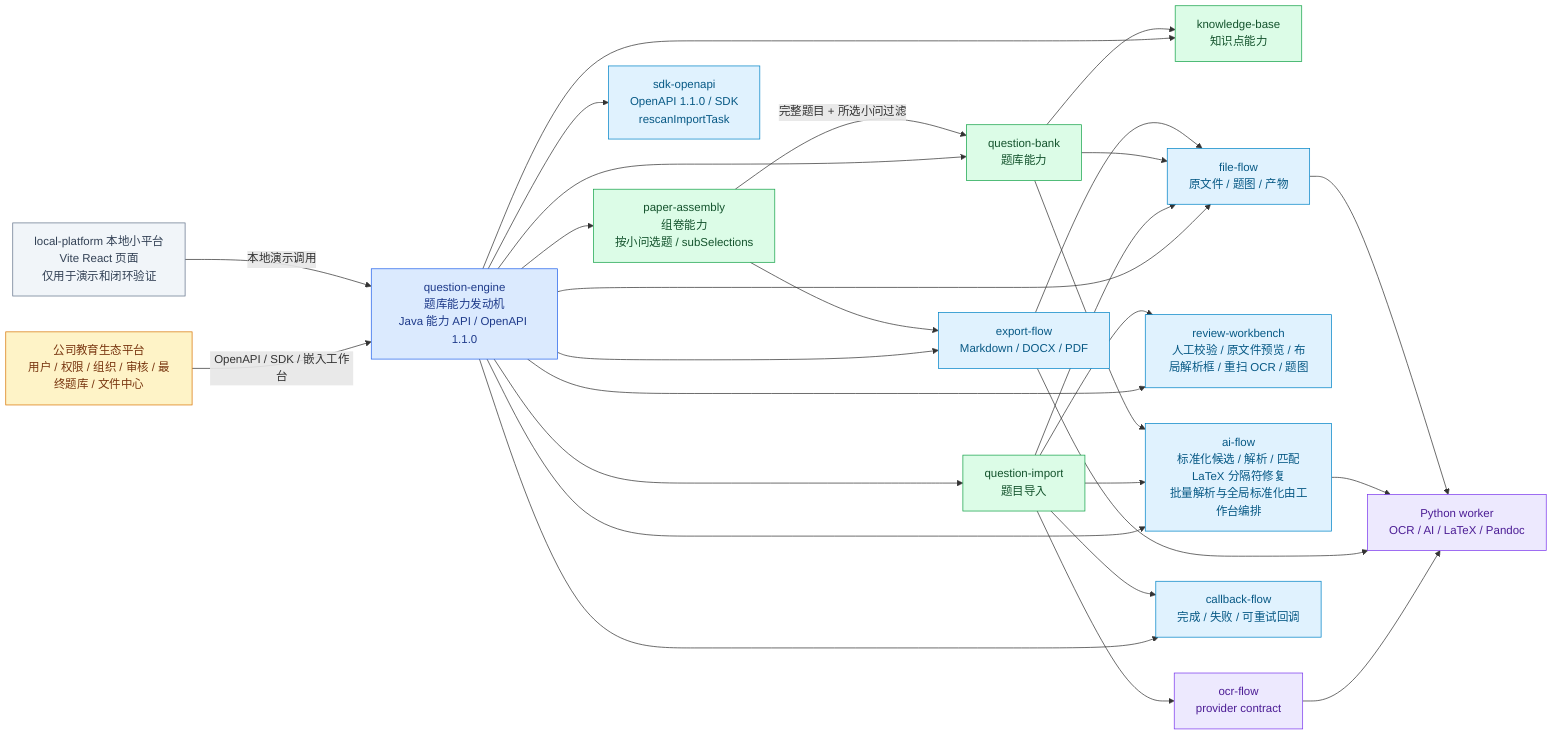
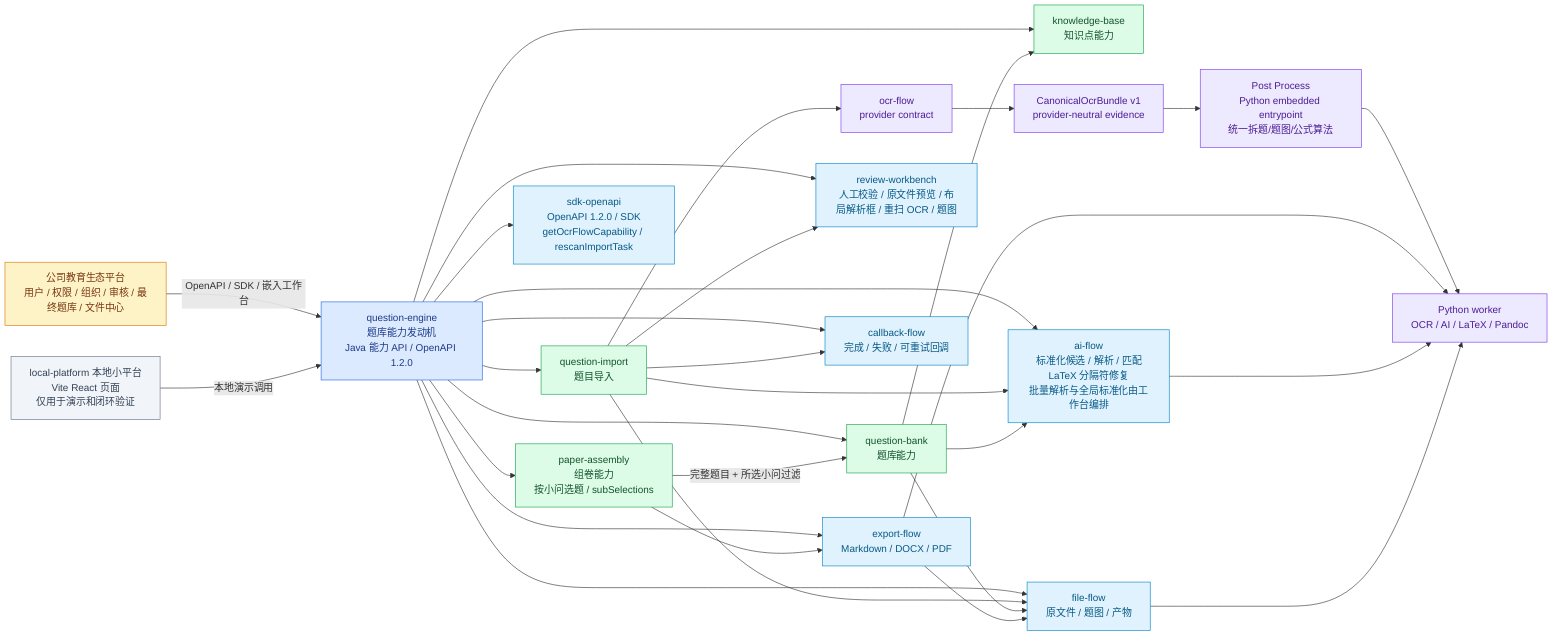
- %% Version: 2026-07-09 / OpenAPI 1.1.0 / product v14
+ %% Version: 2026-07-15 / OpenAPI 1.2.0 / CanonicalOcrBundle v1
%% Status: current-support
%% Scope: module responsibility boundary between platform, question-engine, local-platform demo, and Python worker.
flowchart LR
  Platform["公司教育生态平台<br/>用户 / 权限 / 组织 / 审核 / 最终题库 / 文件中心"]:::platform
-   Engine["question-engine<br/>题库能力发动机<br/>Java 能力 API / OpenAPI 1.1.0"]:::engine
+   Engine["question-engine<br/>题库能力发动机<br/>Java 能力 API / OpenAPI 1.2.0"]:::engine
  LocalAdmin["local-platform 本地小平台<br/>Vite React 页面<br/>仅用于演示和闭环验证"]:::local
  Python["Python worker<br/>OCR / AI / LaTeX / Pandoc"]:::worker

  Import["question-import<br/>题目导入"]:::module
  Bank["question-bank<br/>题库能力"]:::module
  Paper["paper-assembly<br/>组卷能力<br/>按小问选题 / subSelections"]:::module
  Knowledge["knowledge-base<br/>知识点能力"]:::module
  OcrFlow["ocr-flow<br/>provider contract"]:::worker
+   CanonicalBundle["CanonicalOcrBundle v1<br/>provider-neutral evidence"]:::worker
+   PostProcess["Post Process<br/>Python embedded entrypoint<br/>统一拆题/题图/公式算法"]:::worker
  Review["review-workbench<br/>人工校验 / 原文件预览 / 布局解析框 / 重扫 OCR / 题图"]:::capability
  AiFlow["ai-flow<br/>标准化候选 / 解析 / 匹配<br/>LaTeX 分隔符修复<br/>批量解析与全局标准化由工作台编排"]:::capability
  ExportFlow["export-flow<br/>Markdown / DOCX / PDF"]:::capability
  FileFlow["file-flow<br/>原文件 / 题图 / 产物"]:::capability
  CallbackFlow["callback-flow<br/>完成 / 失败 / 可重试回调"]:::capability
-   SdkOpenapi["sdk-openapi<br/>OpenAPI 1.1.0 / SDK<br/>rescanImportTask"]:::capability
+   SdkOpenapi["sdk-openapi<br/>OpenAPI 1.2.0 / SDK<br/>getOcrFlowCapability / rescanImportTask"]:::capability

  Platform -->|OpenAPI / SDK / 嵌入工作台| Engine
  LocalAdmin -->|本地演示调用| Engine
  Engine --> Import
  Engine --> Bank
  Engine --> Paper
  Engine --> Knowledge
  Engine --> Review
  Engine --> AiFlow
  Engine --> ExportFlow
  Engine --> FileFlow
  Engine --> CallbackFlow
  Engine --> SdkOpenapi
-   Import --> OcrFlow --> Python
+   Import --> OcrFlow --> CanonicalBundle --> PostProcess --> Python
  Import --> Review
  Import --> AiFlow
  Import --> FileFlow
  Import --> CallbackFlow
  Bank --> Knowledge
  Bank --> AiFlow
  Bank --> FileFlow
  Paper -->|完整题目 + 所选小问过滤| Bank
  Paper --> ExportFlow --> Python
  ExportFlow --> FileFlow
  AiFlow --> Python
  FileFlow --> Python

  classDef platform fill:#fef3c7,stroke:#d97706,color:#78350f,stroke-width:1px;
  classDef engine fill:#dbeafe,stroke:#2563eb,color:#1e3a8a,stroke-width:1px;
  classDef local fill:#f1f5f9,stroke:#64748b,color:#334155,stroke-width:1px;
  classDef module fill:#dcfce7,stroke:#16a34a,color:#14532d,stroke-width:1px;
  classDef capability fill:#e0f2fe,stroke:#0284c7,color:#075985,stroke-width:1px;
  classDef worker fill:#ede9fe,stroke:#7c3aed,color:#4c1d95,stroke-width:1px;
